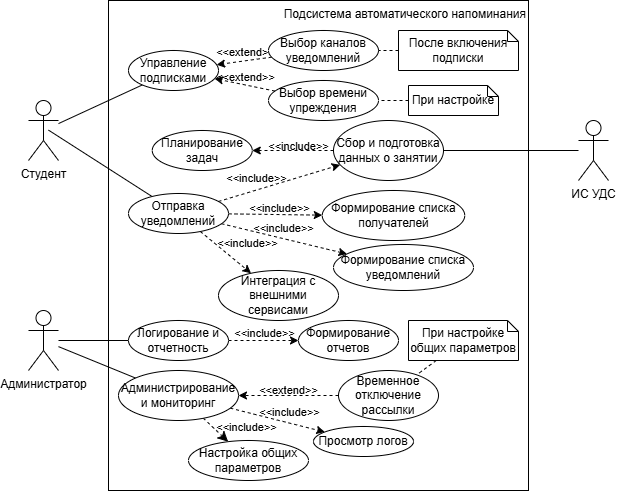
This is 6 семестр/Проектирование информационных систем/Практическая работа №2/ДиаграммаПрецедентов.drawio.png from DrTECHNIC/RTU_MIREA, a draw.io export, as it was before one commit. Source tidied: cells renumbered, new cells last; positions are measured from the earlier drawing's top-left corner, leaving out a move shared by most shapes.
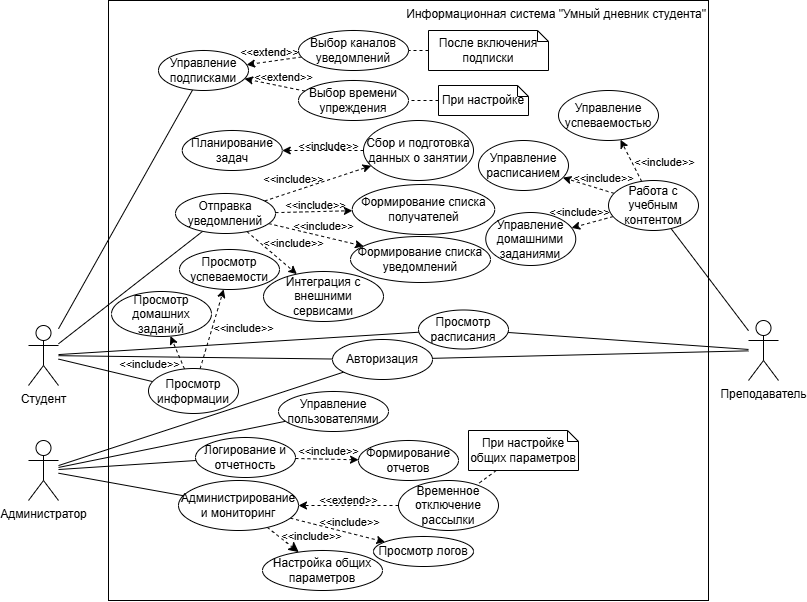
After the change.

What changed in the source:
```diff
@@ -2,14 +2,23 @@
   <root>
     <mxCell id="0" />
     <mxCell id="1" parent="0" />
-    <mxCell id="2" value="Подсистема автоматического напоминания" style="rounded=0;whiteSpace=wrap;html=1;verticalAlign=top;align=right;" parent="1" vertex="1">
-      <mxGeometry x="80" width="420" height="490" as="geometry" />
+    <mxCell id="2" value="Информационная система &quot;Умный дневник студента&quot;" style="rounded=0;whiteSpace=wrap;html=1;verticalAlign=top;align=right;" parent="1" vertex="1">
+      <mxGeometry x="50" width="600" height="600" as="geometry" />
     </mxCell>
     <mxCell id="3" style="edgeStyle=none;rounded=0;jettySize=auto;html=1;endArrow=none;endFill=0;" parent="1" edge="1" source="4" target="10">
       <mxGeometry relative="1" as="geometry" />
     </mxCell>
+    <mxCell id="54" style="edgeStyle=none;rounded=0;jettySize=auto;html=1;endArrow=none;endFill=0;" parent="1" edge="1" source="4" target="62">
+      <mxGeometry relative="1" as="geometry" />
+    </mxCell>
+    <mxCell id="55" style="edgeStyle=none;rounded=0;jettySize=auto;html=1;endArrow=none;endFill=0;" parent="1" edge="1" source="4" target="64">
+      <mxGeometry relative="1" as="geometry" />
+    </mxCell>
+    <mxCell id="56" style="edgeStyle=none;rounded=0;jettySize=auto;html=1;endArrow=none;endFill=0;" parent="1" edge="1" source="4" target="81">
+      <mxGeometry relative="1" as="geometry" />
+    </mxCell>
     <mxCell id="4" value="Студент" style="shape=umlActor;verticalLabelPosition=bottom;verticalAlign=top;html=1;outlineConnect=0;" parent="1" vertex="1">
-      <mxGeometry y="100" width="30" height="60" as="geometry" />
+      <mxGeometry x="-30" y="325" width="30" height="60" as="geometry" />
     </mxCell>
     <mxCell id="5" style="edgeStyle=none;rounded=0;jettySize=auto;html=1;endArrow=none;endFill=0;" parent="1" edge="1" source="7" target="34">
       <mxGeometry relative="1" as="geometry" />
@@ -17,14 +26,26 @@
     <mxCell id="6" style="edgeStyle=none;rounded=0;jettySize=auto;html=1;endArrow=none;endFill=0;" parent="1" edge="1" source="7" target="29">
       <mxGeometry relative="1" as="geometry" />
     </mxCell>
+    <mxCell id="57" style="rounded=0;jettySize=auto;html=1;endArrow=none;endFill=0;" parent="1" edge="1" source="7" target="62">
+      <mxGeometry relative="1" as="geometry" />
+    </mxCell>
+    <mxCell id="58" style="rounded=0;jettySize=auto;html=1;endArrow=none;endFill=0;" parent="1" edge="1" source="7" target="69">
+      <mxGeometry relative="1" as="geometry" />
+    </mxCell>
     <mxCell id="7" value="Администратор" style="shape=umlActor;verticalLabelPosition=bottom;verticalAlign=top;html=1;outlineConnect=0;" parent="1" vertex="1">
-      <mxGeometry y="310" width="30" height="60" as="geometry" />
+      <mxGeometry x="-30" y="440" width="30" height="60" as="geometry" />
     </mxCell>
-    <mxCell id="8" style="edgeStyle=none;rounded=0;jettySize=auto;html=1;endArrow=none;endFill=0;" parent="1" edge="1" source="9" target="15">
-      <mxGeometry relative="1" as="geometry" />
-    </mxCell>
+    <mxCell id="59" style="edgeStyle=none;rounded=0;jettySize=auto;html=1;endArrow=none;endFill=0;" parent="1" edge="1" source="9" target="62">
+      <mxGeometry relative="1" as="geometry" />
+    </mxCell>
+    <mxCell id="60" style="edgeStyle=none;rounded=0;jettySize=auto;html=1;endArrow=none;endFill=0;" parent="1" edge="1" source="9" target="64">
+      <mxGeometry relative="1" as="geometry" />
+    </mxCell>
+    <mxCell id="61" style="rounded=0;jettySize=auto;html=1;endArrow=none;endFill=0;" parent="1" edge="1" source="9" target="76">
+      <mxGeometry relative="1" as="geometry" />
+    </mxCell>
-    <mxCell id="9" value="ИС УДС" style="shape=umlActor;verticalLabelPosition=bottom;verticalAlign=top;html=1;outlineConnect=0;" parent="1" vertex="1">
-      <mxGeometry x="550" y="120" width="30" height="60" as="geometry" />
+    <mxCell id="9" value="Преподаватель" style="shape=umlActor;verticalLabelPosition=bottom;verticalAlign=top;html=1;outlineConnect=0;" parent="1" vertex="1">
+      <mxGeometry x="690" y="320" width="30" height="60" as="geometry" />
     </mxCell>
     <mxCell id="10" value="Управление подписками" style="ellipse;whiteSpace=wrap;html=1;" parent="1" vertex="1">
       <mxGeometry x="100" y="50" width="90" height="40" as="geometry" />
@@ -49,22 +70,20 @@
       <mxGeometry x="305" y="120" width="110" height="60" as="geometry" />
     </mxCell>
     <mxCell id="16" value="Формирование списка получателей" style="ellipse;whiteSpace=wrap;html=1;" parent="1" vertex="1">
-      <mxGeometry x="293.8" y="190" width="142.5" height="50" as="geometry" />
+      <mxGeometry x="293.8" y="184" width="142.5" height="50" as="geometry" />
     </mxCell>
     <mxCell id="17" value="Формирование списка уведомлений" style="ellipse;whiteSpace=wrap;html=1;" parent="1" vertex="1">
-      <mxGeometry x="305" y="244" width="140" height="46" as="geometry" />
+      <mxGeometry x="292" y="236" width="140" height="46" as="geometry" />
     </mxCell>
-    <mxCell id="18" style="edgeStyle=none;rounded=0;jettySize=auto;html=1;endArrow=none;endFill=0;" parent="1" edge="1" source="25">
-      <mxGeometry relative="1" as="geometry">
-        <mxPoint x="20" y="129.6" as="targetPoint" />
-      </mxGeometry>
+    <mxCell id="18" style="edgeStyle=none;rounded=0;jettySize=auto;html=1;endArrow=none;endFill=0;" parent="1" edge="1" source="25" target="4">
+      <mxGeometry relative="1" as="geometry" />
     </mxCell>
     <mxCell id="19" style="edgeStyle=none;rounded=0;jettySize=auto;html=1;dashed=1;" parent="1" edge="1" source="25" target="16">
       <mxGeometry relative="1" as="geometry" />
     </mxCell>
     <mxCell id="20" value="&amp;lt;&amp;lt;include&amp;gt;&amp;gt;" style="edgeLabel;html=1;align=center;verticalAlign=middle;labelBackgroundColor=none;" parent="19" vertex="1">
       <mxGeometry x="-0.6" relative="1" as="geometry">
-        <mxPoint x="32" y="-6" as="offset" />
+        <mxPoint x="24" y="-7" as="offset" />
       </mxGeometry>
     </mxCell>
     <mxCell id="21" style="edgeStyle=none;rounded=0;jettySize=auto;html=1;dashed=1;" parent="1" edge="1" source="25" target="17">
@@ -84,21 +103,21 @@
       </mxGeometry>
     </mxCell>
     <mxCell id="25" value="Отправка уведомлений" style="ellipse;whiteSpace=wrap;html=1;" parent="1" vertex="1">
-      <mxGeometry x="100" y="193" width="100" height="40" as="geometry" />
+      <mxGeometry x="117" y="193" width="100" height="40" as="geometry" />
     </mxCell>
     <mxCell id="26" value="Интеграция с внешними сервисами" style="ellipse;whiteSpace=wrap;html=1;" parent="1" vertex="1">
-      <mxGeometry x="190" y="270" width="120" height="50" as="geometry" />
+      <mxGeometry x="205" y="271" width="120" height="50" as="geometry" />
     </mxCell>
     <mxCell id="27" style="edgeStyle=none;rounded=0;jettySize=auto;html=1;dashed=1;" parent="1" edge="1" source="29" target="36">
       <mxGeometry relative="1" as="geometry" />
     </mxCell>
     <mxCell id="28" value="&amp;lt;&amp;lt;include&amp;gt;&amp;gt;" style="edgeLabel;html=1;align=center;verticalAlign=middle;labelBackgroundColor=none;" parent="27" vertex="1">
       <mxGeometry x="-0.47" y="-3" relative="1" as="geometry">
-        <mxPoint x="17" y="-11" as="offset" />
+        <mxPoint x="16" y="-11" as="offset" />
       </mxGeometry>
     </mxCell>
     <mxCell id="29" value="Логирование и отчетность" style="ellipse;whiteSpace=wrap;html=1;" parent="1" vertex="1">
-      <mxGeometry x="100" y="320" width="100" height="40" as="geometry" />
+      <mxGeometry x="137" y="437" width="100" height="40" as="geometry" />
     </mxCell>
     <mxCell id="30" style="edgeStyle=none;rounded=0;jettySize=auto;html=1;dashed=1;" parent="1" edge="1" source="34" target="37">
       <mxGeometry relative="1" as="geometry" />
@@ -117,23 +136,23 @@
       </mxGeometry>
     </mxCell>
     <mxCell id="34" value="Администрирование и мониторинг" style="ellipse;whiteSpace=wrap;html=1;" parent="1" vertex="1">
-      <mxGeometry x="90" y="370" width="120" height="50" as="geometry" />
+      <mxGeometry x="120" y="480" width="120" height="50" as="geometry" />
     </mxCell>
     <mxCell id="35" value="Планирование задач" style="ellipse;whiteSpace=wrap;html=1;" parent="1" vertex="1">
       <mxGeometry x="123.8" y="130" width="100" height="40" as="geometry" />
     </mxCell>
     <mxCell id="36" value="Формирование отчетов" style="ellipse;whiteSpace=wrap;html=1;" parent="1" vertex="1">
-      <mxGeometry x="270" y="320" width="100" height="40" as="geometry" />
+      <mxGeometry x="300" y="440" width="100" height="40" as="geometry" />
     </mxCell>
     <mxCell id="37" value="Просмотр логов" style="ellipse;whiteSpace=wrap;html=1;" parent="1" vertex="1">
-      <mxGeometry x="285" y="426" width="100" height="30" as="geometry" />
+      <mxGeometry x="315" y="536" width="100" height="30" as="geometry" />
     </mxCell>
     <mxCell id="38" style="edgeStyle=none;rounded=0;jettySize=auto;html=1;dashed=1;" parent="1" edge="1" source="40" target="10">
       <mxGeometry relative="1" as="geometry" />
     </mxCell>
     <mxCell id="39" value="&amp;lt;&amp;lt;extend&amp;gt;&amp;gt;" style="edgeLabel;html=1;align=center;verticalAlign=middle;labelBackgroundColor=none;" parent="38" vertex="1">
       <mxGeometry x="0.25" y="1" relative="1" as="geometry">
-        <mxPoint x="8" y="-11" as="offset" />
+        <mxPoint x="1" y="-11" as="offset" />
       </mxGeometry>
     </mxCell>
     <mxCell id="40" value="Выбор каналов уведомлений" style="ellipse;whiteSpace=wrap;html=1;" parent="1" vertex="1">
@@ -144,7 +163,7 @@
     </mxCell>
     <mxCell id="42" value="&amp;lt;&amp;lt;extend&amp;gt;&amp;gt;" style="edgeLabel;html=1;align=center;verticalAlign=middle;labelBackgroundColor=none;" parent="41" vertex="1">
       <mxGeometry x="-0.62" y="1" relative="1" as="geometry">
-        <mxPoint x="-18" y="-13" as="offset" />
+        <mxPoint x="-10" y="-13" as="offset" />
       </mxGeometry>
     </mxCell>
     <mxCell id="43" value="Выбор времени упреждения" style="ellipse;whiteSpace=wrap;html=1;" parent="1" vertex="1">
@@ -159,10 +178,10 @@
       </mxGeometry>
     </mxCell>
     <mxCell id="46" value="Временное отключение рассылки" style="ellipse;whiteSpace=wrap;html=1;" parent="1" vertex="1">
-      <mxGeometry x="310" y="370" width="100" height="50" as="geometry" />
+      <mxGeometry x="340" y="480" width="100" height="50" as="geometry" />
     </mxCell>
     <mxCell id="47" value="Настройка общих параметров" style="ellipse;whiteSpace=wrap;html=1;" parent="1" vertex="1">
-      <mxGeometry x="160" y="440" width="120" height="40" as="geometry" />
+      <mxGeometry x="204" y="550" width="120" height="40" as="geometry" />
     </mxCell>
     <mxCell id="48" style="rounded=0;jettySize=auto;html=1;endArrow=none;endFill=0;dashed=1;" parent="1" edge="1" source="49" target="40">
       <mxGeometry relative="1" as="geometry" />
@@ -180,7 +199,77 @@
       <mxGeometry relative="1" as="geometry" />
     </mxCell>
     <mxCell id="53" value="При настройке общих параметров" style="shape=note;size=11;whiteSpace=wrap;html=1;" parent="1" vertex="1">
-      <mxGeometry x="380" y="320" width="110" height="40" as="geometry" />
+      <mxGeometry x="410" y="430" width="110" height="40" as="geometry" />
     </mxCell>
+    <mxCell id="62" value="Авторизация" style="ellipse;whiteSpace=wrap;html=1;" parent="1" vertex="1">
+      <mxGeometry x="274" y="339" width="100" height="40" as="geometry" />
+    </mxCell>
+    <mxCell id="63" value="Управление расписанием" style="ellipse;whiteSpace=wrap;html=1;" parent="1" vertex="1">
+      <mxGeometry x="420" y="140" width="90" height="50" as="geometry" />
+    </mxCell>
+    <mxCell id="64" value="Просмотр расписания" style="ellipse;whiteSpace=wrap;html=1;" parent="1" vertex="1">
+      <mxGeometry x="360" y="309.5" width="90" height="39" as="geometry" />
+    </mxCell>
+    <mxCell id="65" value="Управление успеваемостью" style="ellipse;whiteSpace=wrap;html=1;" parent="1" vertex="1">
+      <mxGeometry x="500" y="90" width="100" height="50" as="geometry" />
+    </mxCell>
+    <mxCell id="66" value="Просмотр успеваемости" style="ellipse;whiteSpace=wrap;html=1;" parent="1" vertex="1">
+      <mxGeometry x="121" y="249" width="100" height="40" as="geometry" />
+    </mxCell>
+    <mxCell id="67" value="Управление домашними заданиями" style="ellipse;whiteSpace=wrap;html=1;" parent="1" vertex="1">
+      <mxGeometry x="427.2" y="212" width="90" height="53" as="geometry" />
+    </mxCell>
+    <mxCell id="68" value="Просмотр домашних заданий" style="ellipse;whiteSpace=wrap;html=1;" parent="1" vertex="1">
+      <mxGeometry x="53" y="291" width="100" height="45" as="geometry" />
+    </mxCell>
+    <mxCell id="69" value="Управление пользователями" style="ellipse;whiteSpace=wrap;html=1;" parent="1" vertex="1">
+      <mxGeometry x="220" y="391" width="110" height="40" as="geometry" />
+    </mxCell>
+    <mxCell id="70" style="edgeStyle=none;rounded=0;jettySize=auto;html=1;dashed=1;" parent="1" edge="1" source="76" target="65">
+      <mxGeometry relative="1" as="geometry" />
+    </mxCell>
+    <mxCell id="71" value="&amp;lt;&amp;lt;include&amp;gt;&amp;gt;" style="edgeLabel;html=1;align=center;verticalAlign=middle;labelBackgroundColor=none;" parent="70" vertex="1">
+      <mxGeometry x="-0.05" relative="1" as="geometry">
+        <mxPoint x="32" as="offset" />
+      </mxGeometry>
+    </mxCell>
+    <mxCell id="72" style="edgeStyle=none;rounded=0;jettySize=auto;html=1;dashed=1;" parent="1" edge="1" source="76" target="63">
+      <mxGeometry relative="1" as="geometry" />
+    </mxCell>
+    <mxCell id="73" value="&amp;lt;&amp;lt;include&amp;gt;&amp;gt;" style="edgeLabel;html=1;align=center;verticalAlign=middle;labelBackgroundColor=none;" parent="72" vertex="1">
+      <mxGeometry x="0.11" y="1" relative="1" as="geometry">
+        <mxPoint x="18" y="-8" as="offset" />
+      </mxGeometry>
+    </mxCell>
+    <mxCell id="74" style="edgeStyle=none;rounded=0;jettySize=auto;html=1;dashed=1;" parent="1" edge="1" source="76" target="67">
+      <mxGeometry relative="1" as="geometry" />
+    </mxCell>
+    <mxCell id="75" value="&amp;lt;&amp;lt;include&amp;gt;&amp;gt;" style="edgeLabel;html=1;align=center;verticalAlign=middle;labelBackgroundColor=none;" parent="74" vertex="1">
+      <mxGeometry x="0.2" relative="1" as="geometry">
+        <mxPoint x="-10" y="-11" as="offset" />
+      </mxGeometry>
+    </mxCell>
+    <mxCell id="76" value="Работа с учебным контентом" style="ellipse;whiteSpace=wrap;html=1;" parent="1" vertex="1">
+      <mxGeometry x="550" y="180" width="90" height="50" as="geometry" />
+    </mxCell>
+    <mxCell id="77" style="edgeStyle=none;rounded=0;jettySize=auto;html=1;dashed=1;" parent="1" edge="1" source="81" target="66">
+      <mxGeometry relative="1" as="geometry" />
+    </mxCell>
+    <mxCell id="78" value="&amp;lt;&amp;lt;include&amp;gt;&amp;gt;" style="edgeLabel;html=1;align=center;verticalAlign=middle;labelBackgroundColor=none;" parent="77" vertex="1">
+      <mxGeometry x="-0.17" relative="1" as="geometry">
+        <mxPoint x="33" y="-8" as="offset" />
+      </mxGeometry>
+    </mxCell>
+    <mxCell id="79" style="edgeStyle=none;rounded=0;jettySize=auto;html=1;dashed=1;" parent="1" edge="1" source="81" target="68">
+      <mxGeometry relative="1" as="geometry" />
+    </mxCell>
+    <mxCell id="80" value="&amp;lt;&amp;lt;include&amp;gt;&amp;gt;" style="edgeLabel;html=1;align=center;verticalAlign=middle;labelBackgroundColor=none;" parent="79" vertex="1">
+      <mxGeometry x="-0.37" y="-1" relative="1" as="geometry">
+        <mxPoint x="-32" y="6" as="offset" />
+      </mxGeometry>
+    </mxCell>
+    <mxCell id="81" value="Просмотр информации" style="ellipse;whiteSpace=wrap;html=1;" parent="1" vertex="1">
+      <mxGeometry x="90" y="368" width="90" height="45" as="geometry" />
+    </mxCell>
   </root>
 </mxGraphModel>
```
